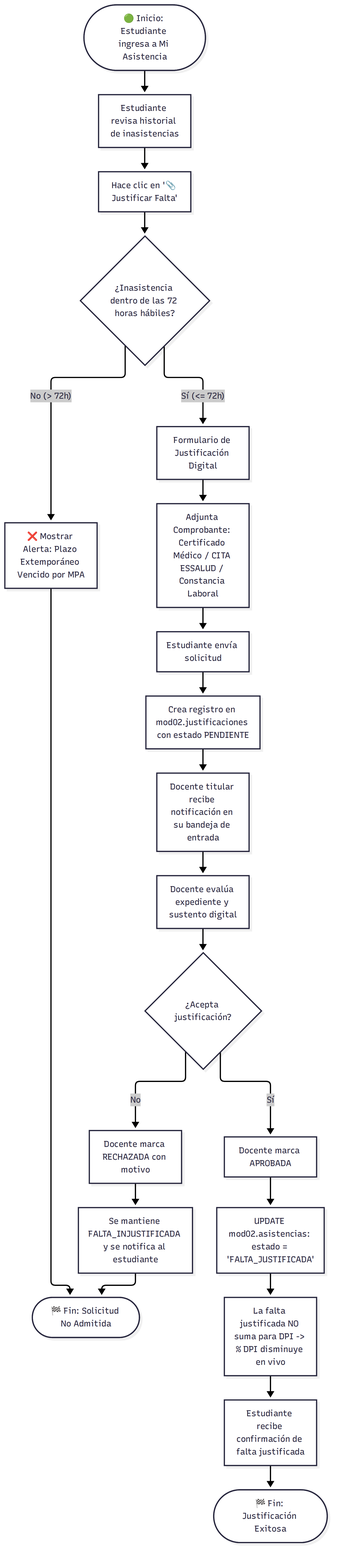
Earlier version of the Mermaid export src/02_Modulos/Intranet.Modulo02/Docs/img/03_diagrama_actividad_justificacion_estudiante.png (felipeostosb/intranet-institucional-modular). Its source is kept beside it as src/02_Modulos/Intranet.Modulo02/Docs/img/03_diagrama_actividad_justificacion_estudiante.mmd.
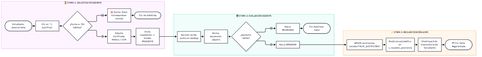
Above is the later version.

Change to the diagram source:
```diff
@@ -1,28 +1,25 @@
-flowchart TD
-    Inicio([🟢 Inicio: Estudiante ingresa a Mi Asistencia]) --> ConsultaFaltas[Estudiante revisa historial de inasistencias]
-    ConsultaFaltas --> ClicJustificar[Hace clic en '📎 Justificar Falta']
+flowchart LR
+    subgraph Etapa1["👨‍🎓 ETAPA 1: SOLICITUD ESTUDIANTE"]
+        A([Estudiante detecta falta]) --> B[Clic en '📎 Justificar']
+        B --> C{¿Fecha <= 72h hábiles?}
+        C -- No --> D[❌ Alerta: Plazo Extemporáneo Vencido]
+        D --> D_Fin([Fin: No Admitida])
+        C -- Sí --> E[Adjunta Certificado Médico / CITA]
+        E --> F[Envía expediente -> Estado PENDIENTE]
+    end
 
-    ClicJustificar --> ValidaPlazo{¿Inasistencia dentro de las 72 horas hábiles?}
+    subgraph Etapa2["👨‍🏫 ETAPA 2: EVALUACIÓN DOCENTE"]
+        F --> G[Docente recibe alerta en bandeja]
+        G --> H[Revisa documento adjunto]
+        H --> I{¿Sustento Válido?}
+        I -- No --> J[Marca RECHAZADA]
+        J --> J_Fin([Fin: Mantiene Falta])
+        I -- Sí --> K[Marca APROBADA]
+    end
 
-    ValidaPlazo -- No (> 72h) --> BloqueoPlazo[❌ Mostrar Alerta: Plazo Extemporáneo Vencido por MPA]
-    BloqueoPlazo --> FinNo([🏁 Fin: Solicitud No Admitida])
-
-    ValidaPlazo -- Sí (<= 72h) --> Formulario[Formulario de Justificación Digital]
-    Formulario --> SubeSustento[Adjunta Comprobante: Certificado Médico / CITA ESSALUD / Constancia Laboral]
-    SubeSustento --> EnviaSolicitud[Estudiante envía solicitud]
-
-    EnviaSolicitud --> RegistraExp[Crea registro en mod02.justificaciones con estado PENDIENTE]
-    RegistraExp --> AlertaDocente[Docente titular recibe notificación en su bandeja de entrada]
-
-    AlertaDocente --> RevisionDocente[Docente evalúa expediente y sustento digital]
-    RevisionDocente --> Decision{¿Acepta justificación?}
-
-    Decision -- Sí --> Aprueba[Docente marca APROBADA]
-    Aprueba --> UpdAsistencia[UPDATE mod02.asistencias: estado = 'FALTA_JUSTIFICADA']
-    UpdAsistencia --> RecalculoDpi[La falta justificada NO suma para DPI -> % DPI disminuye en vivo]
-    RecalculoDpi --> NotifAprobada[Estudiante recibe confirmación de falta justificada]
-    NotifAprobada --> FinOk([🏁 Fin: Justificación Exitosa])
-
-    Decision -- No --> Rechaza[Docente marca RECHAZADA con motivo]
-    Rechaza --> MantieneFalta[Se mantiene FALTA_INJUSTIFICADA y se notifica al estudiante]
-    MantieneFalta --> FinNo
+    subgraph Etapa3["⚡ ETAPA 3: RECLASIFICACIÓN & DPI"]
+        K --> L[UPDATE asistencias estado='FALTA_JUSTIFICADA']
+        L --> M[Recálculo automático en v_resumen_asistencia]
+        M --> N[Disminuye % de Inasistencia del Estudiante]
+        N --> N_Fin([🏁 Fin: Falta Regularizada])
+    end
```
